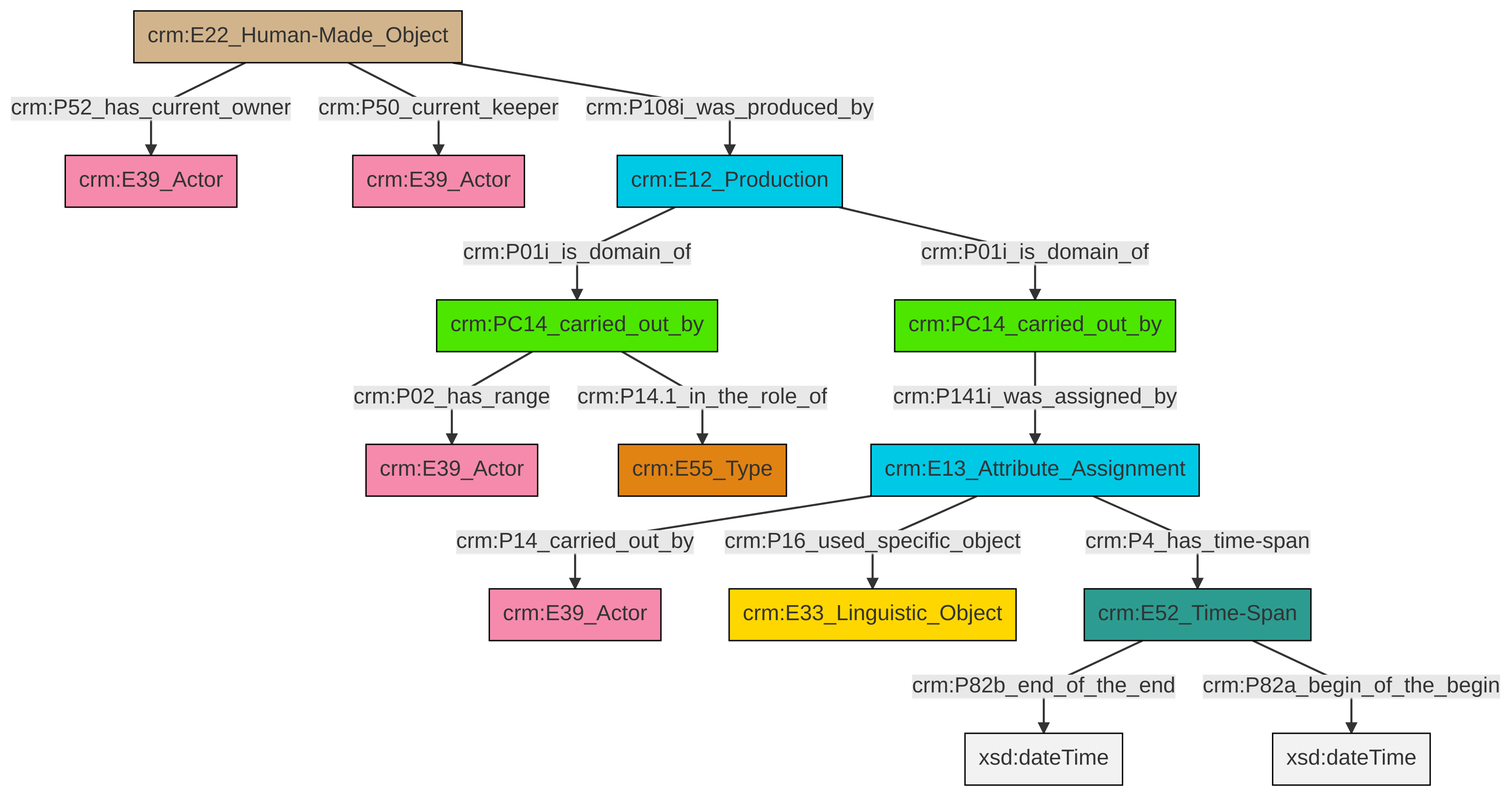
This is et/carrierCSV/ttl/mmd/png/carrier_relations.png from swiss-art-research-net/docs.swissartresearch, a Mermaid export, as it was before one commit. Its source is kept beside it as et/carrierCSV/ttl/mmd/carrier_relations.ttl.mmd.
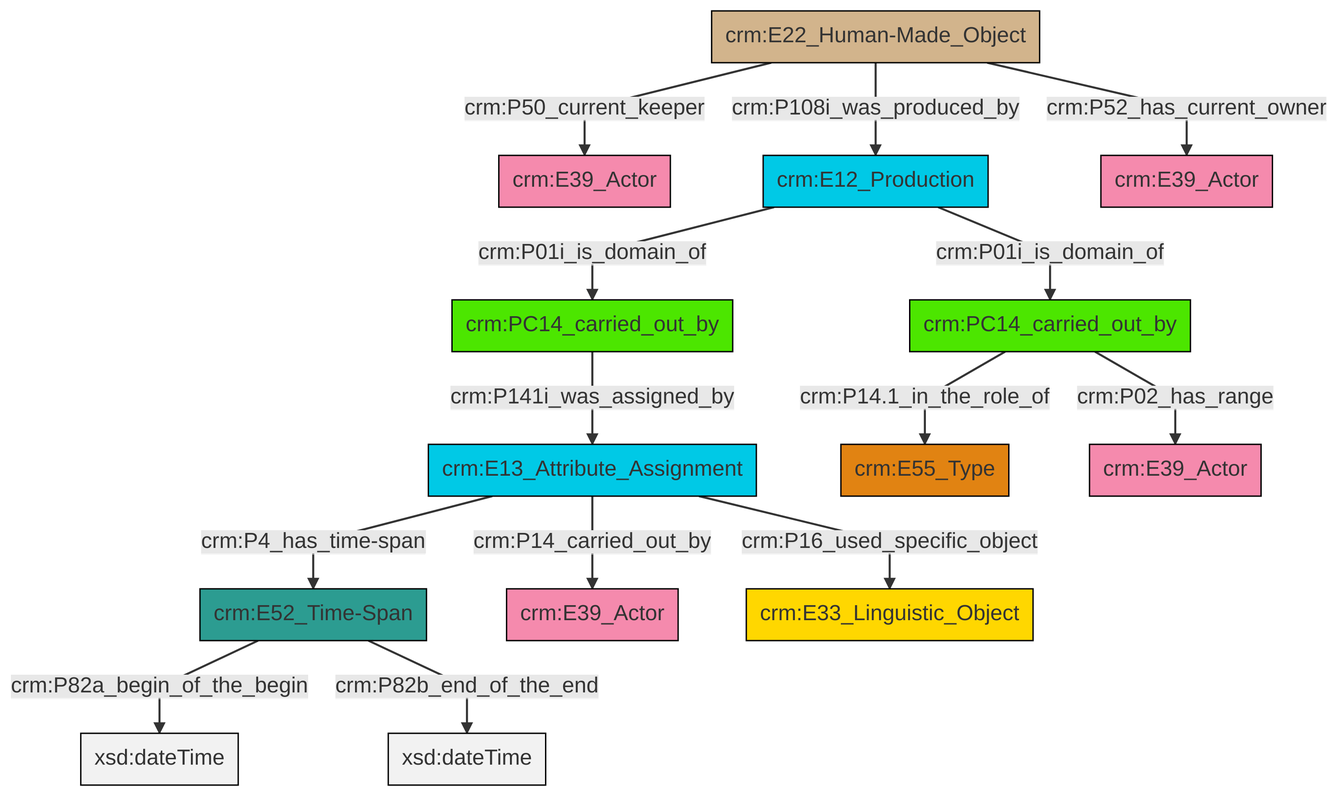
The same diagram one commit later.

The edit, as a diff of the source:
```diff
@@ -13,16 +13,16 @@
 classDef PC_Classes fill:#4ce600, stroke:#000000;
 classDef Multi fill:#cccccc,stroke:#000000;
 
-0["crm:E12_Production"]:::Temporal_Entity -->|crm:P01i_is_domain_of| 4["crm:PC14_carried_out_by"]:::PC_Classes
-7["crm:E22_Human-Made_Object"]:::Physical_Thing -->|crm:P52_has_current_owner| 8["crm:E39_Actor"]:::Actor
-7["crm:E22_Human-Made_Object"]:::Physical_Thing -->|crm:P50_current_keeper| 11["crm:E39_Actor"]:::Actor
-12["crm:E52_Time-Span"]:::Time-Span -->|crm:P82b_end_of_the_end| 17[xsd:dateTime]:::Literal
-15["crm:PC14_carried_out_by"]:::PC_Classes -->|crm:P141i_was_assigned_by| 9["crm:E13_Attribute_Assignment"]:::Temporal_Entity
-4["crm:PC14_carried_out_by"]:::PC_Classes -->|crm:P02_has_range| 18["crm:E39_Actor"]:::Actor
-4["crm:PC14_carried_out_by"]:::PC_Classes -->|crm:P14.1_in_the_role_of| 5["crm:E55_Type"]:::Type
-7["crm:E22_Human-Made_Object"]:::Physical_Thing -->|crm:P108i_was_produced_by| 0["crm:E12_Production"]:::Temporal_Entity
-12["crm:E52_Time-Span"]:::Time-Span -->|crm:P82a_begin_of_the_begin| 19[xsd:dateTime]:::Literal
-9["crm:E13_Attribute_Assignment"]:::Temporal_Entity -->|crm:P14_carried_out_by| 20["crm:E39_Actor"]:::Actor
-9["crm:E13_Attribute_Assignment"]:::Temporal_Entity -->|crm:P16_used_specific_object| 2["crm:E33_Linguistic_Object"]:::Conceptual_Object
-9["crm:E13_Attribute_Assignment"]:::Temporal_Entity -->|crm:P4_has_time-span| 12["crm:E52_Time-Span"]:::Time-Span
-0["crm:E12_Production"]:::Temporal_Entity -->|crm:P01i_is_domain_of| 15["crm:PC14_carried_out_by"]:::PC_Classes
+0["crm:E52_Time-Span"]:::Time-Span -->|crm:P82a_begin_of_the_begin| 1[xsd:dateTime]:::Literal
+4["crm:E13_Attribute_Assignment"]:::Temporal_Entity -->|crm:P14_carried_out_by| 2["crm:E39_Actor"]:::Actor
+8["crm:PC14_carried_out_by"]:::PC_Classes -->|crm:P141i_was_assigned_by| 4["crm:E13_Attribute_Assignment"]:::Temporal_Entity
+9["crm:E22_Human-Made_Object"]:::Physical_Thing -->|crm:P50_current_keeper| 5["crm:E39_Actor"]:::Actor
+10["crm:E12_Production"]:::Temporal_Entity -->|crm:P01i_is_domain_of| 11["crm:PC14_carried_out_by"]:::PC_Classes
+0["crm:E52_Time-Span"]:::Time-Span -->|crm:P82b_end_of_the_end| 12[xsd:dateTime]:::Literal
+10["crm:E12_Production"]:::Temporal_Entity -->|crm:P01i_is_domain_of| 8["crm:PC14_carried_out_by"]:::PC_Classes
+4["crm:E13_Attribute_Assignment"]:::Temporal_Entity -->|crm:P16_used_specific_object| 19["crm:E33_Linguistic_Object"]:::Conceptual_Object
+11["crm:PC14_carried_out_by"]:::PC_Classes -->|crm:P02_has_range| 20["crm:E39_Actor"]:::Actor
+9["crm:E22_Human-Made_Object"]:::Physical_Thing -->|crm:P52_has_current_owner| 13["crm:E39_Actor"]:::Actor
+9["crm:E22_Human-Made_Object"]:::Physical_Thing -->|crm:P108i_was_produced_by| 10["crm:E12_Production"]:::Temporal_Entity
+4["crm:E13_Attribute_Assignment"]:::Temporal_Entity -->|crm:P4_has_time-span| 0["crm:E52_Time-Span"]:::Time-Span
+11["crm:PC14_carried_out_by"]:::PC_Classes -->|crm:P14.1_in_the_role_of| 15["crm:E55_Type"]:::Type
```
